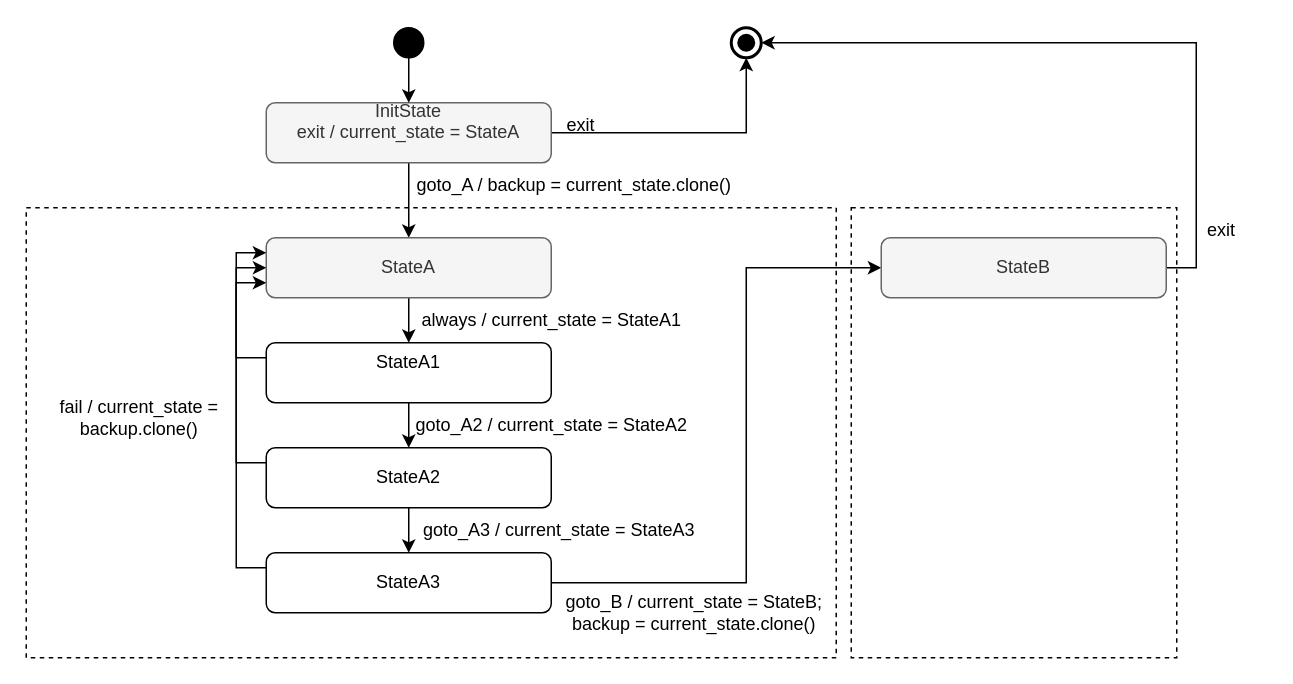
Mazurovskyi/diagrams keeps this draw.io diagram as exista/Untitled Diagram.drawio. Above is the earlier version. Source tidied: cells renumbered, new cells numbered last; positions are measured from the earlier drawing's top-left corner, leaving out a move shared by most shapes. Both pictures are drawn from the tidied source at 150%, with x=0, y=0 at pixel (26, 27).
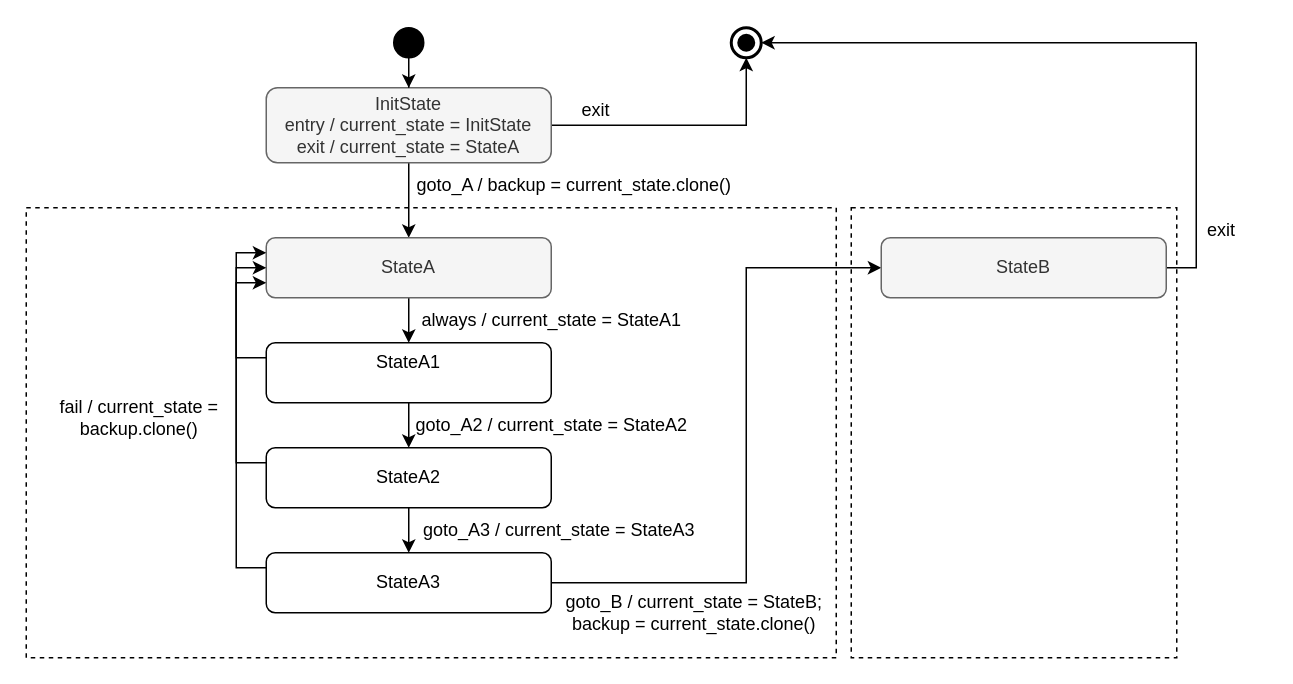
Above is the later version.

Diff of the diagram source:
```diff
@@
-    <mxCell id="5" value="&lt;div&gt;InitState&lt;/div&gt;&lt;div&gt;exit / current_state = StateA&lt;br&gt;&lt;/div&gt;&lt;div&gt;&lt;br&gt;&lt;/div&gt;" style="rounded=1;whiteSpace=wrap;html=1;fontSize=12;glass=0;strokeWidth=1;shadow=0;fillColor=#f5f5f5;fontColor=#333333;strokeColor=#666666;" parent="1" vertex="1">
-      <mxGeometry x="160" y="50" width="190" height="40" as="geometry" />
+    <mxCell id="5" value="&lt;div&gt;InitState&lt;/div&gt;&lt;div&gt;entry / current_state = InitState&lt;br&gt;&lt;/div&gt;&lt;div&gt;exit / current_state = StateA&lt;br&gt;&lt;/div&gt;" style="rounded=1;whiteSpace=wrap;html=1;fontSize=12;glass=0;strokeWidth=1;shadow=0;fillColor=#f5f5f5;fontColor=#333333;strokeColor=#666666;" parent="1" vertex="1">
+      <mxGeometry x="160" y="40" width="190" height="50" as="geometry" />
     </mxCell>
@@
     <mxCell id="25" value="exit" style="text;html=1;strokeColor=none;fillColor=none;align=center;verticalAlign=middle;whiteSpace=wrap;rounded=0;" parent="1" vertex="1">
-      <mxGeometry x="340" y="50" width="60" height="30" as="geometry" />
+      <mxGeometry x="350" y="40" width="60" height="30" as="geometry" />
     </mxCell>
```
